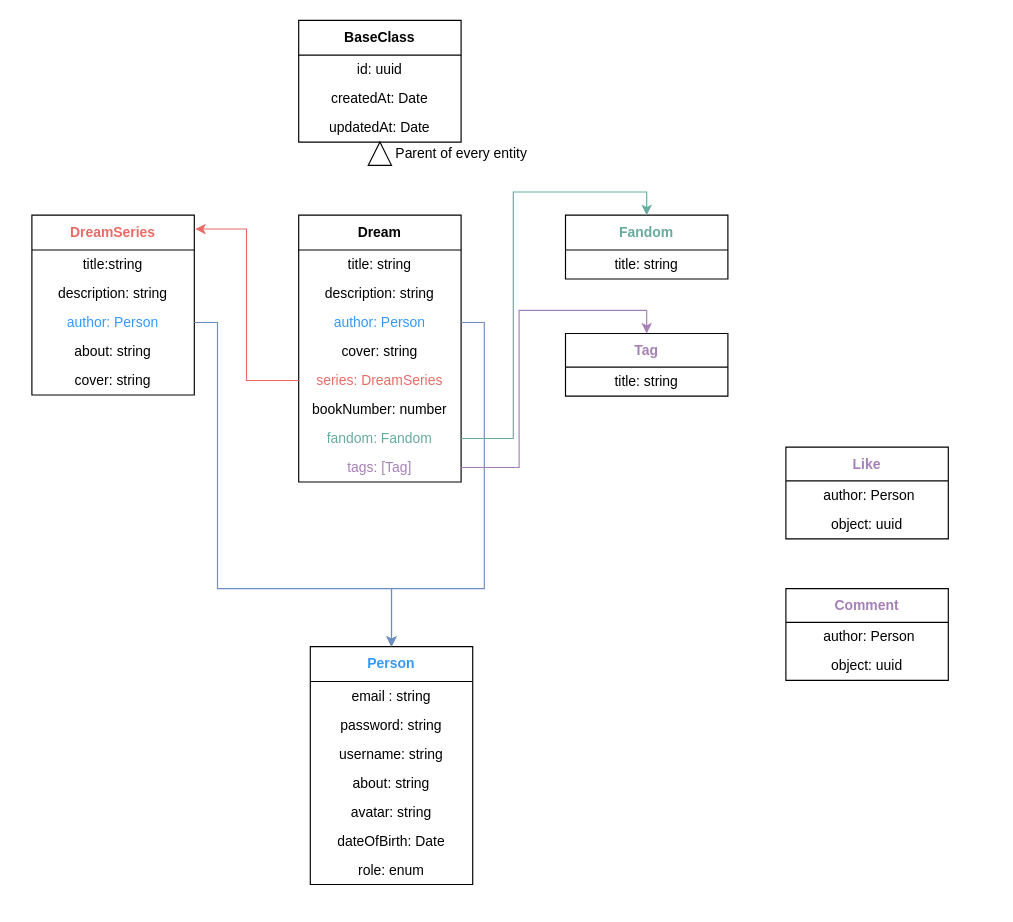
Earlier version of the draw.io diagram dreamward.drawio (DiabolicAugust/morgana-dreamward). Source tidied: cells renumbered, new cells numbered last; positions are measured from the earlier drawing's top-left corner, leaving out a move shared by most shapes. Both pictures are drawn from the tidied source at 116%, with x=0, y=0 at pixel (31, 20).
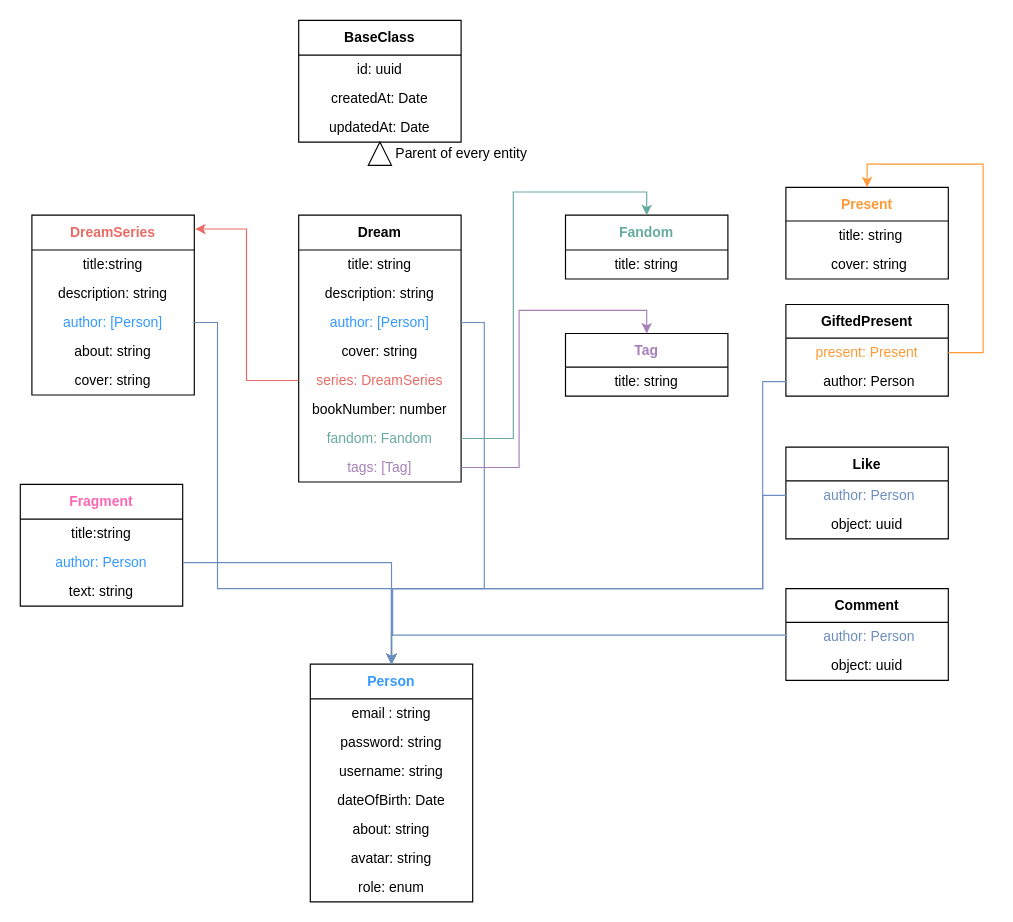
The same page after the edit.

The change refers to these unchanged cells:
```xml
<mxCell id="14" value="Dream" style="swimlane;fontStyle=1;align=center;verticalAlign=middle;horizontal=1;startSize=30;html=1;whiteSpace=wrap;" parent="1" vertex="1">
  <mxGeometry x="230" y="168" width="140" height="230" as="geometry" />
</mxCell>
<mxCell id="22" value="&lt;font color=&quot;#a680b8&quot;&gt;tags: [Tag]&lt;/font&gt;" style="text;html=1;strokeColor=none;fillColor=none;align=center;verticalAlign=middle;spacingLeft=4;spacingRight=4;overflow=hidden;points=[[0,0.5],[1,0.5]];portConstraint=eastwest;whiteSpace=wrap;" parent="14" vertex="1">
  <mxGeometry y="205" width="140" height="25" as="geometry" />
</mxCell>
<mxCell id="25" value="&lt;font color=&quot;#ea6b66&quot;&gt;DreamSeries&lt;/font&gt;" style="swimlane;fontStyle=1;align=center;verticalAlign=middle;horizontal=1;startSize=30;html=1;whiteSpace=wrap;" parent="1" vertex="1">
  <mxGeometry y="168" width="140" height="155" as="geometry" />
</mxCell>
<mxCell id="37" value="&lt;font color=&quot;#a680b8&quot;&gt;Tag&lt;/font&gt;" style="swimlane;fontStyle=1;align=center;verticalAlign=middle;horizontal=1;startSize=29;html=1;whiteSpace=wrap;" parent="1" vertex="1">
  <mxGeometry x="460" y="270" width="140" height="54" as="geometry" />
</mxCell>
```

Change to the diagram source:
```diff
@@
     <mxCell id="2" value="&lt;font color=&quot;#3399ff&quot;&gt;Person&lt;/font&gt;" style="swimlane;fontStyle=1;align=center;verticalAlign=middle;horizontal=1;startSize=30;html=1;whiteSpace=wrap;" parent="1" vertex="1">
-      <mxGeometry x="240" y="540" width="140" height="205" as="geometry" />
+      <mxGeometry x="240" y="555" width="140" height="205" as="geometry" />
     </mxCell>
@@
+    <mxCell id="8" value="dateOfBirth: Date" style="text;html=1;strokeColor=none;fillColor=none;align=center;verticalAlign=middle;spacingLeft=4;spacingRight=4;overflow=hidden;whiteSpace=wrap;" parent="2" vertex="1">
+      <mxGeometry y="105" width="140" height="25" as="geometry" />
+    </mxCell>
     <mxCell id="6" value="about: string" style="text;html=1;strokeColor=none;fillColor=none;align=center;verticalAlign=middle;spacingLeft=4;spacingRight=4;overflow=hidden;whiteSpace=wrap;" parent="2" vertex="1">
-      <mxGeometry y="105" width="140" height="25" as="geometry" />
+      <mxGeometry y="130" width="140" height="25" as="geometry" />
     </mxCell>
     <mxCell id="7" value="avatar: string" style="text;html=1;strokeColor=none;fillColor=none;align=center;verticalAlign=middle;spacingLeft=4;spacingRight=4;overflow=hidden;whiteSpace=wrap;" parent="2" vertex="1">
-      <mxGeometry y="130" width="140" height="25" as="geometry" />
+      <mxGeometry y="155" width="140" height="25" as="geometry" />
     </mxCell>
-    <mxCell id="8" value="dateOfBirth: Date" style="text;html=1;strokeColor=none;fillColor=none;align=center;verticalAlign=middle;spacingLeft=4;spacingRight=4;overflow=hidden;whiteSpace=wrap;" parent="2" vertex="1">
-      <mxGeometry y="155" width="140" height="25" as="geometry" />
-    </mxCell>
@@
-    <mxCell id="17" value="&lt;font color=&quot;#3399ff&quot;&gt;author: Person&lt;/font&gt;" style="text;html=1;strokeColor=none;fillColor=none;align=center;verticalAlign=middle;spacingLeft=4;spacingRight=4;overflow=hidden;points=[[0,0.5],[1,0.5]];portConstraint=eastwest;whiteSpace=wrap;" parent="14" vertex="1">
+    <mxCell id="17" value="&lt;font color=&quot;#3399ff&quot;&gt;author: [Person]&lt;/font&gt;" style="text;html=1;strokeColor=none;fillColor=none;align=center;verticalAlign=middle;spacingLeft=4;spacingRight=4;overflow=hidden;points=[[0,0.5],[1,0.5]];portConstraint=eastwest;whiteSpace=wrap;" parent="14" vertex="1">
       <mxGeometry y="80" width="140" height="25" as="geometry" />
     </mxCell>
@@
-    <mxCell id="28" value="&lt;font color=&quot;#3399ff&quot;&gt;author: Person&lt;/font&gt;" style="text;html=1;strokeColor=none;fillColor=none;align=center;verticalAlign=middle;spacingLeft=4;spacingRight=4;overflow=hidden;points=[[0,0.5],[1,0.5]];portConstraint=eastwest;whiteSpace=wrap;" parent="25" vertex="1">
+    <mxCell id="28" value="&lt;font color=&quot;#3399ff&quot;&gt;author: [Person]&lt;/font&gt;" style="text;html=1;strokeColor=none;fillColor=none;align=center;verticalAlign=middle;spacingLeft=4;spacingRight=4;overflow=hidden;points=[[0,0.5],[1,0.5]];portConstraint=eastwest;whiteSpace=wrap;" parent="25" vertex="1">
       <mxGeometry y="80" width="140" height="25" as="geometry" />
     </mxCell>
@@
     <mxCell id="31" style="edgeStyle=orthogonalEdgeStyle;rounded=0;jettySize=auto;html=1;entryX=0.5;entryY=0;entryDx=0;entryDy=0;fillColor=#dae8fc;strokeColor=#6c8ebf;" parent="1" edge="1" source="28" target="2">
       <mxGeometry relative="1" as="geometry">
         <Array as="points">
-          <mxPoint x="160" y="260" />
+          <mxPoint x="160" y="261" />
           <mxPoint x="160" y="490" />
           <mxPoint x="310" y="490" />
         </Array>
       </mxGeometry>
     </mxCell>
     <mxCell id="32" style="edgeStyle=orthogonalEdgeStyle;rounded=0;jettySize=auto;html=1;entryX=0.5;entryY=0;entryDx=0;entryDy=0;fillColor=#dae8fc;strokeColor=#6c8ebf;" parent="1" edge="1" source="17" target="2">
       <mxGeometry relative="1" as="geometry">
         <Array as="points">
-          <mxPoint x="390" y="260" />
+          <mxPoint x="390" y="261" />
           <mxPoint x="390" y="490" />
           <mxPoint x="310" y="490" />
         </Array>
       </mxGeometry>
     </mxCell>
@@
-    <mxCell id="39" style="edgeStyle=orthogonalEdgeStyle;rounded=0;jettySize=auto;html=1;entryX=0.5;entryY=0;entryDx=0;entryDy=0;strokeColor=#A680B8;" parent="1" edge="1" source="22" target="37">
+    <mxCell id="39" style="edgeStyle=orthogonalEdgeStyle;rounded=0;jettySize=auto;html=1;entryX=0.5;entryY=0;entryDx=0;entryDy=0;strokeColor=#A680B8;exitX=1;exitY=0.5;exitDx=0;exitDy=0;" parent="1" edge="1" source="22" target="37">
       <mxGeometry relative="1" as="geometry">
         <Array as="points">
           <mxPoint x="420" y="386" />
           <mxPoint x="420" y="250" />
           <mxPoint x="530" y="250" />
         </Array>
       </mxGeometry>
     </mxCell>
-    <mxCell id="40" value="&lt;font color=&quot;#a680b8&quot;&gt;Like&lt;/font&gt;" style="swimlane;fontStyle=1;align=center;verticalAlign=middle;horizontal=1;startSize=29;html=1;whiteSpace=wrap;" parent="1" vertex="1">
+    <mxCell id="40" value="Like" style="swimlane;fontStyle=1;align=center;verticalAlign=middle;horizontal=1;startSize=29;html=1;whiteSpace=wrap;" parent="1" vertex="1">
       <mxGeometry x="650" y="368" width="140" height="79" as="geometry" />
     </mxCell>
-    <mxCell id="41" value="&lt;span style=&quot;white-space: pre;&quot;&gt;&#9;&lt;/span&gt;author: Person" style="text;html=1;strokeColor=none;fillColor=none;align=left;verticalAlign=middle;spacingLeft=4;spacingRight=4;overflow=hidden;points=[[0,0.5],[1,0.5]];portConstraint=eastwest;whiteSpace=wrap;" parent="40" vertex="1">
+    <mxCell id="41" value="&lt;font color=&quot;#6c8ebf&quot;&gt;&lt;span style=&quot;white-space: pre;&quot;&gt;&#9;&lt;/span&gt;author: Person&lt;/font&gt;" style="text;html=1;strokeColor=none;fillColor=none;align=left;verticalAlign=middle;spacingLeft=4;spacingRight=4;overflow=hidden;points=[[0,0.5],[1,0.5]];portConstraint=eastwest;whiteSpace=wrap;" parent="40" vertex="1">
       <mxGeometry y="29" width="140" height="25" as="geometry" />
     </mxCell>
@@
-    <mxCell id="43" value="&lt;font color=&quot;#a680b8&quot;&gt;Comment&lt;/font&gt;" style="swimlane;fontStyle=1;align=center;verticalAlign=middle;horizontal=1;startSize=29;html=1;whiteSpace=wrap;" parent="1" vertex="1">
+    <mxCell id="43" value="Comment" style="swimlane;fontStyle=1;align=center;verticalAlign=middle;horizontal=1;startSize=29;html=1;whiteSpace=wrap;" parent="1" vertex="1">
       <mxGeometry x="650" y="490" width="140" height="79" as="geometry" />
     </mxCell>
-    <mxCell id="44" value="&lt;span style=&quot;white-space: pre;&quot;&gt;&#9;&lt;/span&gt;author: Person" style="text;html=1;strokeColor=none;fillColor=none;align=left;verticalAlign=middle;spacingLeft=4;spacingRight=4;overflow=hidden;points=[[0,0.5],[1,0.5]];portConstraint=eastwest;whiteSpace=wrap;" parent="43" vertex="1">
+    <mxCell id="44" value="&lt;font color=&quot;#6c8ebf&quot;&gt;&lt;span style=&quot;white-space: pre;&quot;&gt;&#9;&lt;/span&gt;author: Person&lt;/font&gt;" style="text;html=1;strokeColor=none;fillColor=none;align=left;verticalAlign=middle;spacingLeft=4;spacingRight=4;overflow=hidden;points=[[0,0.5],[1,0.5]];portConstraint=eastwest;whiteSpace=wrap;" parent="43" vertex="1">
       <mxGeometry y="29" width="140" height="25" as="geometry" />
     </mxCell>
@@
+    <mxCell id="46" style="edgeStyle=orthogonalEdgeStyle;rounded=0;jettySize=auto;html=1;entryX=0.5;entryY=0;entryDx=0;entryDy=0;strokeColor=#6C8EBF;exitX=0;exitY=0.5;exitDx=0;exitDy=0;" parent="1" edge="1" source="44" target="2">
+      <mxGeometry relative="1" as="geometry">
+        <Array as="points">
+          <mxPoint x="650" y="530" />
+          <mxPoint x="310" y="530" />
+        </Array>
+      </mxGeometry>
+    </mxCell>
+    <mxCell id="47" value="&lt;font color=&quot;#ff9933&quot;&gt;Present&lt;/font&gt;" style="swimlane;fontStyle=1;align=center;verticalAlign=middle;horizontal=1;startSize=29;html=1;whiteSpace=wrap;" parent="1" vertex="1">
+      <mxGeometry x="650" y="144" width="140" height="79" as="geometry" />
+    </mxCell>
+    <mxCell id="48" value="&lt;span style=&quot;white-space: pre;&quot;&gt;&#9;&amp;nbsp;&lt;/span&gt;&amp;nbsp; &amp;nbsp;title: string" style="text;html=1;strokeColor=none;fillColor=none;align=left;verticalAlign=middle;spacingLeft=4;spacingRight=4;overflow=hidden;whiteSpace=wrap;" parent="47" vertex="1">
+      <mxGeometry y="29" width="140" height="25" as="geometry" />
+    </mxCell>
+    <mxCell id="49" value="&lt;span style=&quot;white-space: pre;&quot;&gt;&#9;&lt;/span&gt;&amp;nbsp; cover: string" style="text;html=1;strokeColor=none;fillColor=none;align=left;verticalAlign=middle;spacingLeft=4;spacingRight=4;overflow=hidden;whiteSpace=wrap;" parent="47" vertex="1">
+      <mxGeometry y="54" width="140" height="25" as="geometry" />
+    </mxCell>
+    <mxCell id="50" value="GiftedPresent" style="swimlane;fontStyle=1;align=center;verticalAlign=middle;horizontal=1;startSize=29;html=1;whiteSpace=wrap;" parent="1" vertex="1">
+      <mxGeometry x="650" y="245" width="140" height="79" as="geometry" />
+    </mxCell>
+    <mxCell id="51" value="&lt;font color=&quot;#ff9933&quot;&gt;&amp;nbsp; &amp;nbsp; &amp;nbsp; present: Present&lt;/font&gt;" style="text;html=1;strokeColor=none;fillColor=none;align=left;verticalAlign=middle;spacingLeft=4;spacingRight=4;overflow=hidden;points=[[0,0.5],[1,0.5]];portConstraint=eastwest;whiteSpace=wrap;" parent="50" vertex="1">
+      <mxGeometry y="29" width="140" height="25" as="geometry" />
+    </mxCell>
+    <mxCell id="52" value="&lt;span style=&quot;white-space: pre;&quot;&gt;&#9;&lt;/span&gt;author: Person" style="text;html=1;strokeColor=none;fillColor=none;align=left;verticalAlign=middle;spacingLeft=4;spacingRight=4;overflow=hidden;points=[[0,0.5],[1,0.5]];portConstraint=eastwest;whiteSpace=wrap;" parent="50" vertex="1">
+      <mxGeometry y="54" width="140" height="25" as="geometry" />
+    </mxCell>
+    <mxCell id="53" style="edgeStyle=orthogonalEdgeStyle;rounded=0;jettySize=auto;html=1;entryX=0.5;entryY=0;entryDx=0;entryDy=0;fontColor=none;noLabel=1;labelBackgroundColor=#FFB570;fillColor=#ffe6cc;strokeColor=#FF9933;" parent="1" edge="1" source="51" target="47">
+      <mxGeometry relative="1" as="geometry">
+        <Array as="points">
+          <mxPoint x="820" y="287" />
+          <mxPoint x="820" y="124" />
+          <mxPoint x="720" y="124" />
+        </Array>
+      </mxGeometry>
+    </mxCell>
+    <mxCell id="54" style="edgeStyle=orthogonalEdgeStyle;rounded=0;jettySize=auto;html=1;entryX=0.5;entryY=0;entryDx=0;entryDy=0;fillColor=#dae8fc;strokeColor=#6c8ebf;" parent="1" edge="1" source="52" target="2">
+      <mxGeometry relative="1" as="geometry">
+        <Array as="points">
+          <mxPoint x="630" y="312" />
+          <mxPoint x="630" y="490" />
+          <mxPoint x="310" y="490" />
+        </Array>
+      </mxGeometry>
+    </mxCell>
+    <mxCell id="55" value="&lt;font color=&quot;#ff66b3&quot;&gt;Fragment&lt;/font&gt;" style="swimlane;fontStyle=1;align=center;verticalAlign=middle;horizontal=1;startSize=30;html=1;whiteSpace=wrap;" parent="1" vertex="1">
+      <mxGeometry x="-10" y="400" width="140" height="105" as="geometry" />
+    </mxCell>
+    <mxCell id="56" value="title:string" style="text;html=1;strokeColor=none;fillColor=none;align=center;verticalAlign=middle;spacingLeft=4;spacingRight=4;overflow=hidden;whiteSpace=wrap;" parent="55" vertex="1">
+      <mxGeometry y="30" width="140" height="25" as="geometry" />
+    </mxCell>
+    <mxCell id="57" value="&lt;font color=&quot;#3399ff&quot;&gt;author: Person&lt;/font&gt;" style="text;html=1;strokeColor=none;fillColor=none;align=center;verticalAlign=middle;spacingLeft=4;spacingRight=4;overflow=hidden;points=[[0,0.5],[1,0.5]];portConstraint=eastwest;whiteSpace=wrap;" parent="55" vertex="1">
+      <mxGeometry y="55" width="140" height="25" as="geometry" />
+    </mxCell>
+    <mxCell id="58" value="text: string" style="text;html=1;strokeColor=none;fillColor=none;align=center;verticalAlign=middle;spacingLeft=4;spacingRight=4;overflow=hidden;whiteSpace=wrap;" parent="55" vertex="1">
+      <mxGeometry y="80" width="140" height="25" as="geometry" />
+    </mxCell>
+    <mxCell id="59" style="edgeStyle=orthogonalEdgeStyle;rounded=0;jettySize=auto;html=1;strokeColor=#6C8EBF;entryX=0.5;entryY=0;entryDx=0;entryDy=0;" parent="1" edge="1" source="41" target="2">
+      <mxGeometry relative="1" as="geometry">
+        <Array as="points">
+          <mxPoint x="630" y="410" />
+          <mxPoint x="630" y="490" />
+          <mxPoint x="311" y="490" />
+          <mxPoint x="311" y="530" />
+          <mxPoint x="310" y="530" />
+        </Array>
+      </mxGeometry>
+    </mxCell>
+    <mxCell id="60" style="edgeStyle=orthogonalEdgeStyle;rounded=0;jettySize=auto;html=1;entryX=0.5;entryY=0;entryDx=0;entryDy=0;fillColor=#dae8fc;strokeColor=#6c8ebf;" parent="1" edge="1" source="57" target="2">
+      <mxGeometry relative="1" as="geometry" />
+    </mxCell>
```
